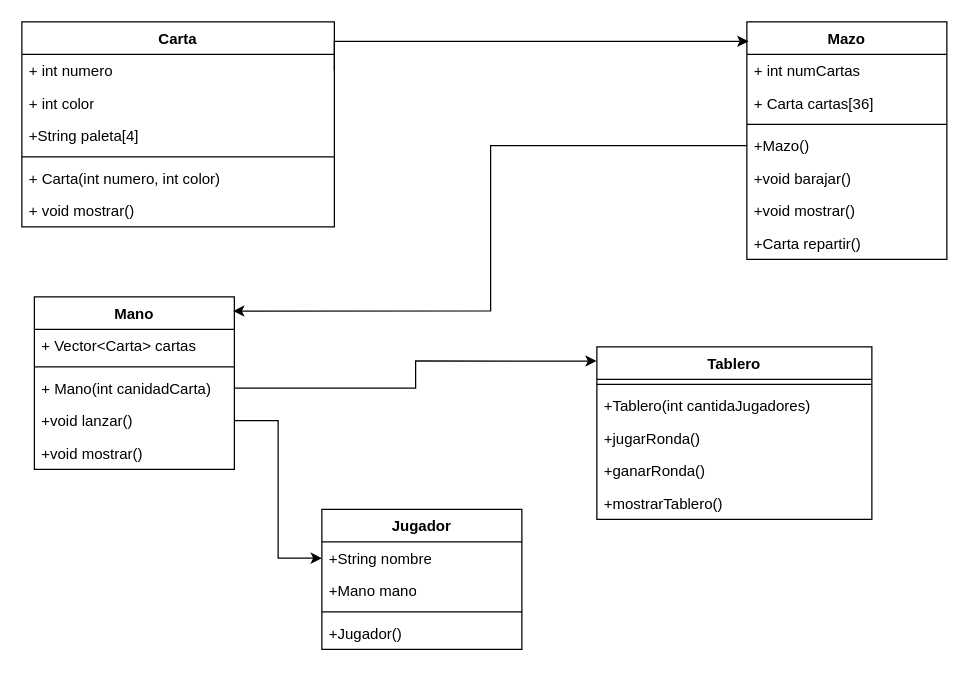
Before: Diagrama sin título.drawio in Samuel-ITM/test, a draw.io diagram. Source tidied: cells renumbered, new cells numbered last; positions are measured from the earlier drawing's top-left corner, leaving out a move shared by most shapes. Both pictures are drawn from the tidied source at 125%, with x=0, y=0 at pixel (21, 21).
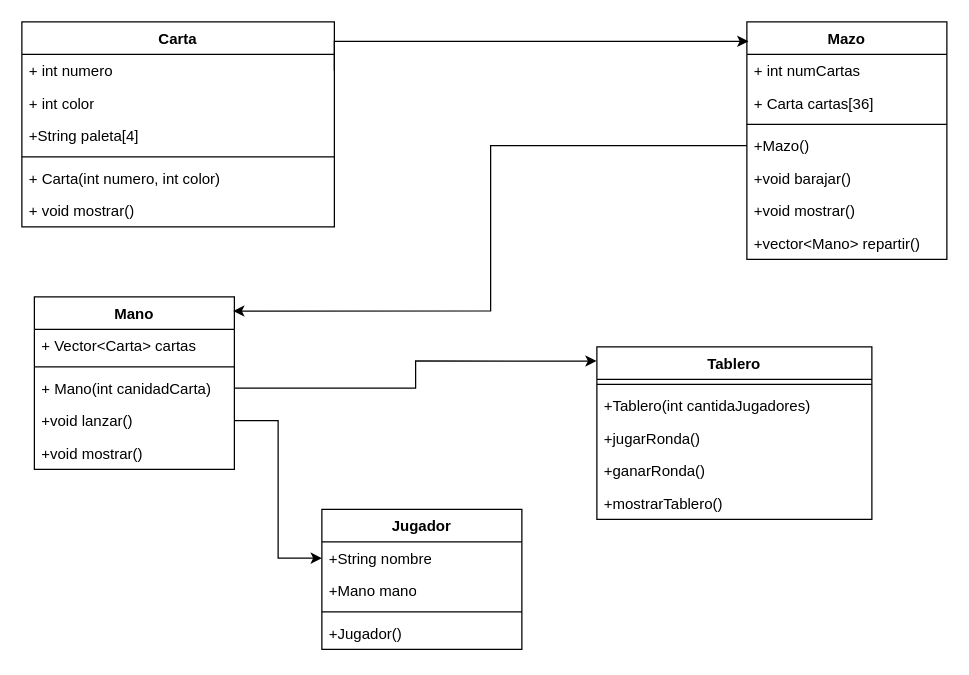
Above is the later version.

The change refers to these unchanged cells:
```xml
<mxCell id="9" value="Mazo" style="swimlane;fontStyle=1;align=center;verticalAlign=top;horizontal=1;startSize=26;whiteSpace=wrap;html=1;" parent="1" vertex="1">
  <mxGeometry x="580" width="160" height="190" as="geometry" />
</mxCell>
```

What changed in the source:
```diff
@@
-    <mxCell id="16" value="+Carta repartir()" style="text;strokeColor=none;fillColor=none;align=left;verticalAlign=top;spacingLeft=4;spacingRight=4;overflow=hidden;whiteSpace=wrap;html=1;" parent="9" vertex="1">
+    <mxCell id="16" value="+vector&amp;lt;Mano&amp;gt; repartir()" style="text;strokeColor=none;fillColor=none;align=left;verticalAlign=top;spacingLeft=4;spacingRight=4;overflow=hidden;whiteSpace=wrap;html=1;" parent="9" vertex="1">
       <mxGeometry y="164" width="160" height="26" as="geometry" />
     </mxCell>
```
